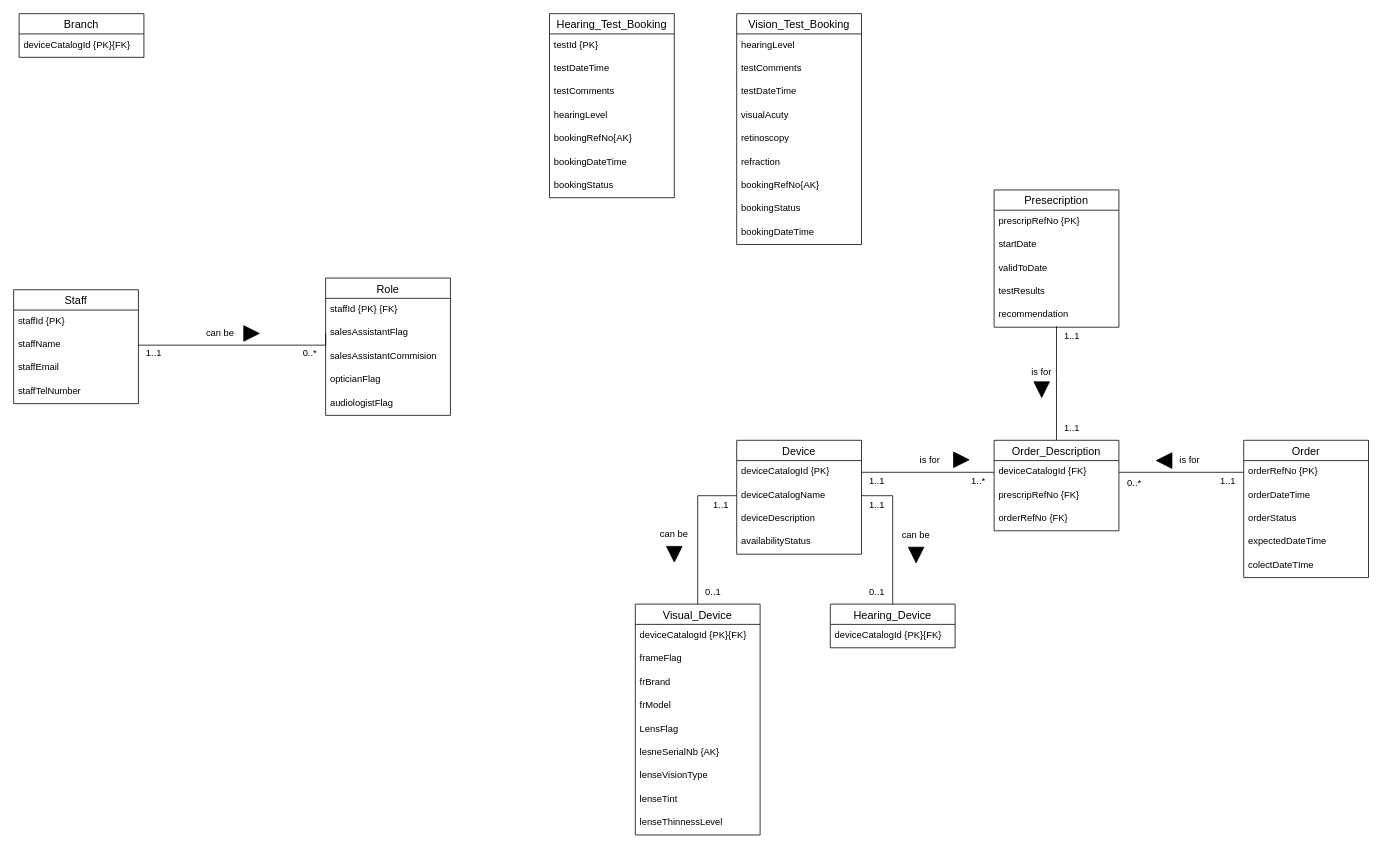
Earlier version of the draw.io diagram Tutorial 4/Lecture4MappingEx.drawio (ChitharaKarunasekera/DatabaseSystemsTutorials). Source tidied: cells renumbered, new cells numbered last; positions are measured from the earlier drawing's top-left corner, leaving out a move shared by most shapes. Both pictures are drawn from the tidied source at 78%, with x=0, y=0 at pixel (13, 13).
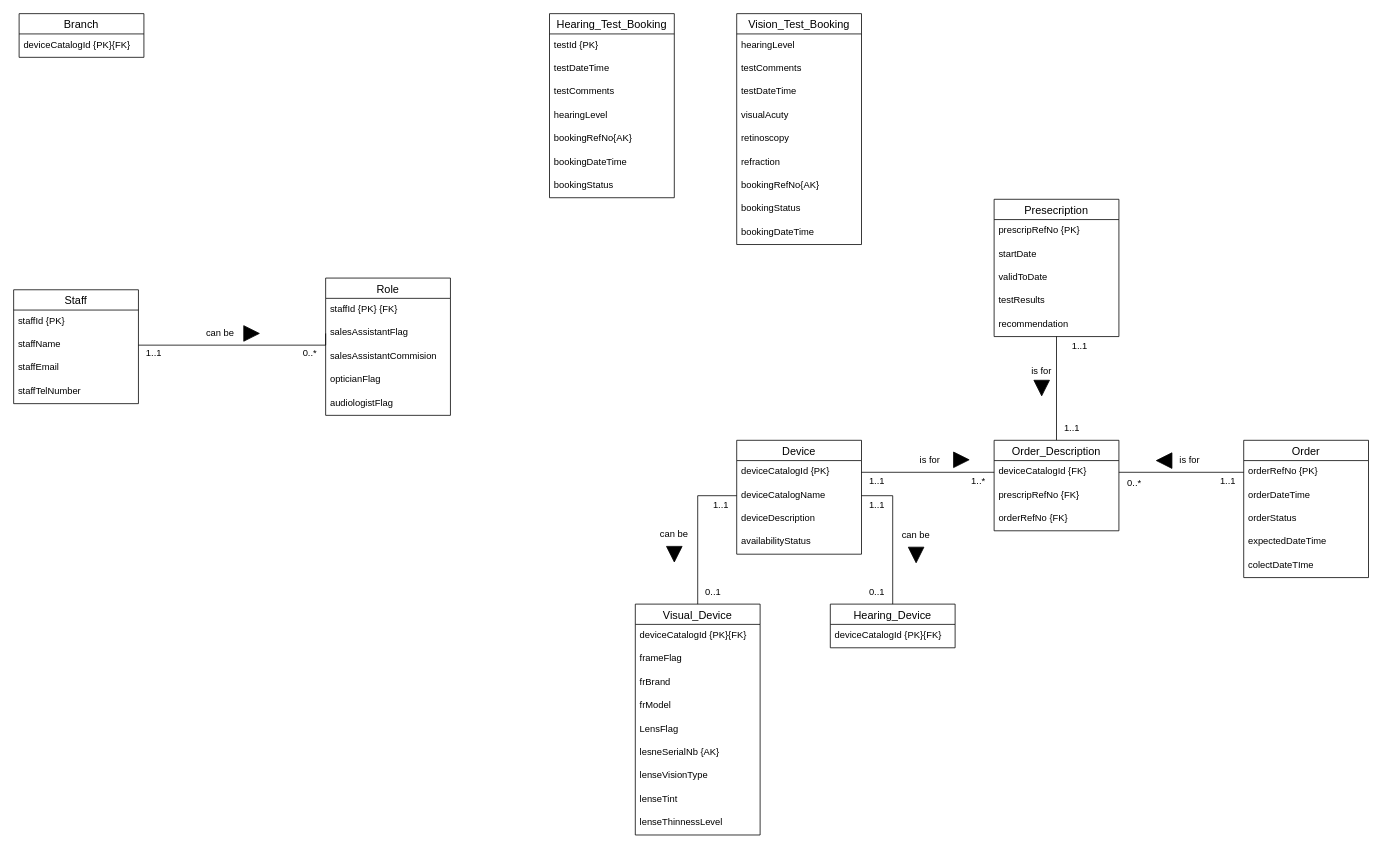
The same page after the edit.

Unchanged cells that the change refers to:
```xml
<mxCell id="66" value="Order_Description" style="swimlane;fontStyle=0;horizontal=1;startSize=26;align=center;fontSize=14;" parent="1" vertex="1">
  <mxGeometry x="1257" y="547" width="160" height="116" as="geometry" />
</mxCell>
```

Diff of the diagram source:
```diff
@@
-    <mxCell id="65" style="edgeStyle=orthogonalEdgeStyle;rounded=0;jettySize=auto;html=1;endArrow=none;endFill=0;" parent="1" edge="1" source="66">
-      <mxGeometry relative="1" as="geometry">
-        <mxPoint x="1337" y="401" as="targetPoint" />
-      </mxGeometry>
+    <mxCell id="65" style="edgeStyle=orthogonalEdgeStyle;rounded=0;jettySize=auto;html=1;endArrow=none;endFill=0;" parent="1" edge="1" source="66" target="76">
+      <mxGeometry relative="1" as="geometry" />
     </mxCell>
@@
     <mxCell id="76" value="Presecription" style="swimlane;fontStyle=0;horizontal=1;startSize=26;align=center;fontSize=14;" parent="1" vertex="1">
-      <mxGeometry x="1257" y="226" width="160" height="176" as="geometry" />
+      <mxGeometry x="1257" y="238" width="160" height="176" as="geometry" />
     </mxCell>
@@
     <mxCell id="85" value="1..1" style="text;html=1;strokeColor=none;fillColor=none;align=center;verticalAlign=middle;whiteSpace=wrap;rounded=0;" parent="1" vertex="1">
-      <mxGeometry x="1327" y="399" width="60" height="30" as="geometry" />
+      <mxGeometry x="1337" y="412" width="60" height="30" as="geometry" />
     </mxCell>
@@
     <mxCell id="94" value="is for" style="text;html=1;strokeColor=none;fillColor=none;align=center;verticalAlign=middle;whiteSpace=wrap;rounded=0;" parent="1" vertex="1">
-      <mxGeometry x="1288" y="445" width="60" height="30" as="geometry" />
+      <mxGeometry x="1288" y="443" width="60" height="30" as="geometry" />
     </mxCell>
     <mxCell id="95" style="triangle;whiteSpace=wrap;html=1;fillColor=#000000;direction=south;" parent="1" vertex="1">
-      <mxGeometry x="1308" y="472" width="20" height="20" as="geometry" />
+      <mxGeometry x="1308" y="470" width="20" height="20" as="geometry" />
     </mxCell>
```
